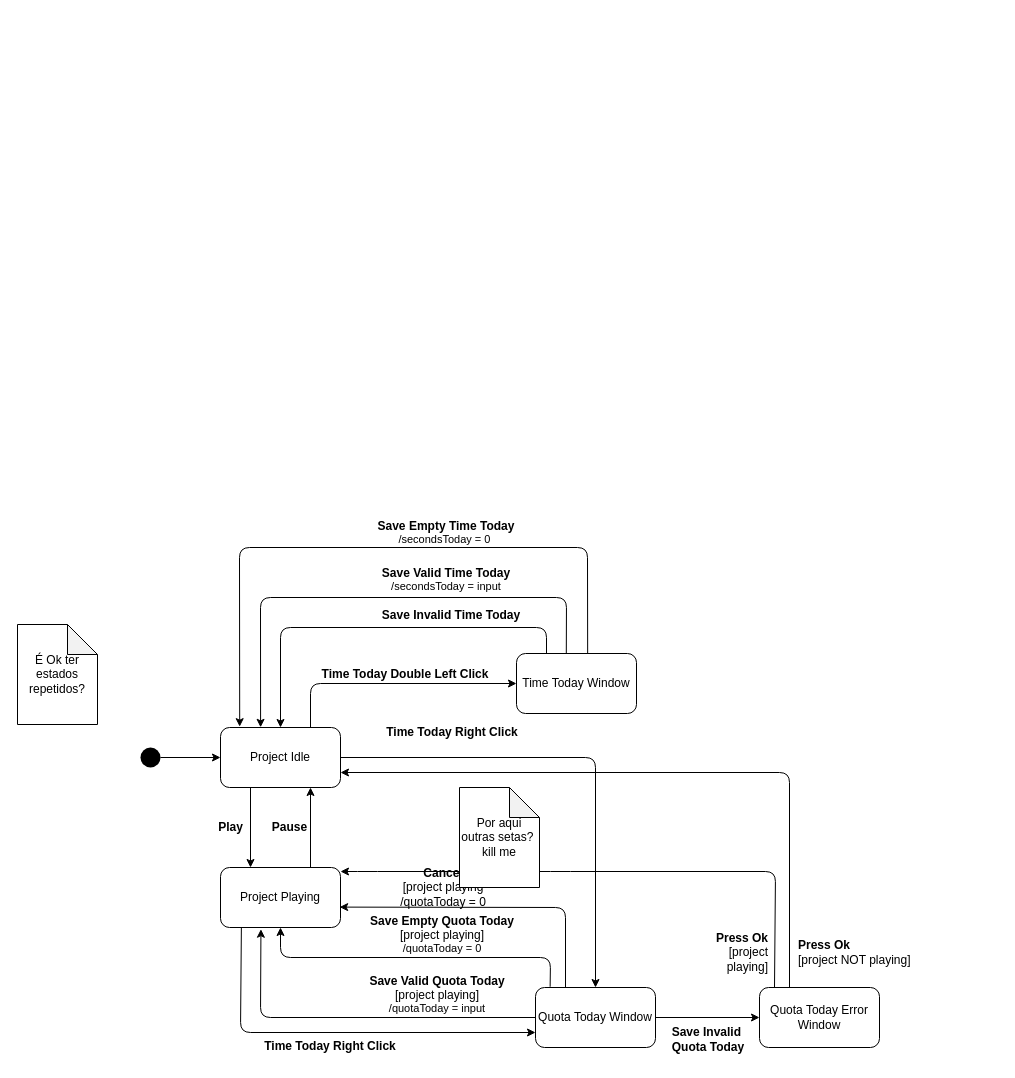
Above: docs/04_assignment/schema/02_edit_time_today/backup.drawio in Jumaruba/jtimesched (draw.io), before the change. Source tidied: cells renumbered, new cells numbered last; positions are measured from the earlier drawing's top-left corner, leaving out a move shared by most shapes. Both pictures are drawn from the tidied source at 100%, with x=0, y=0 at pixel (17, 517).
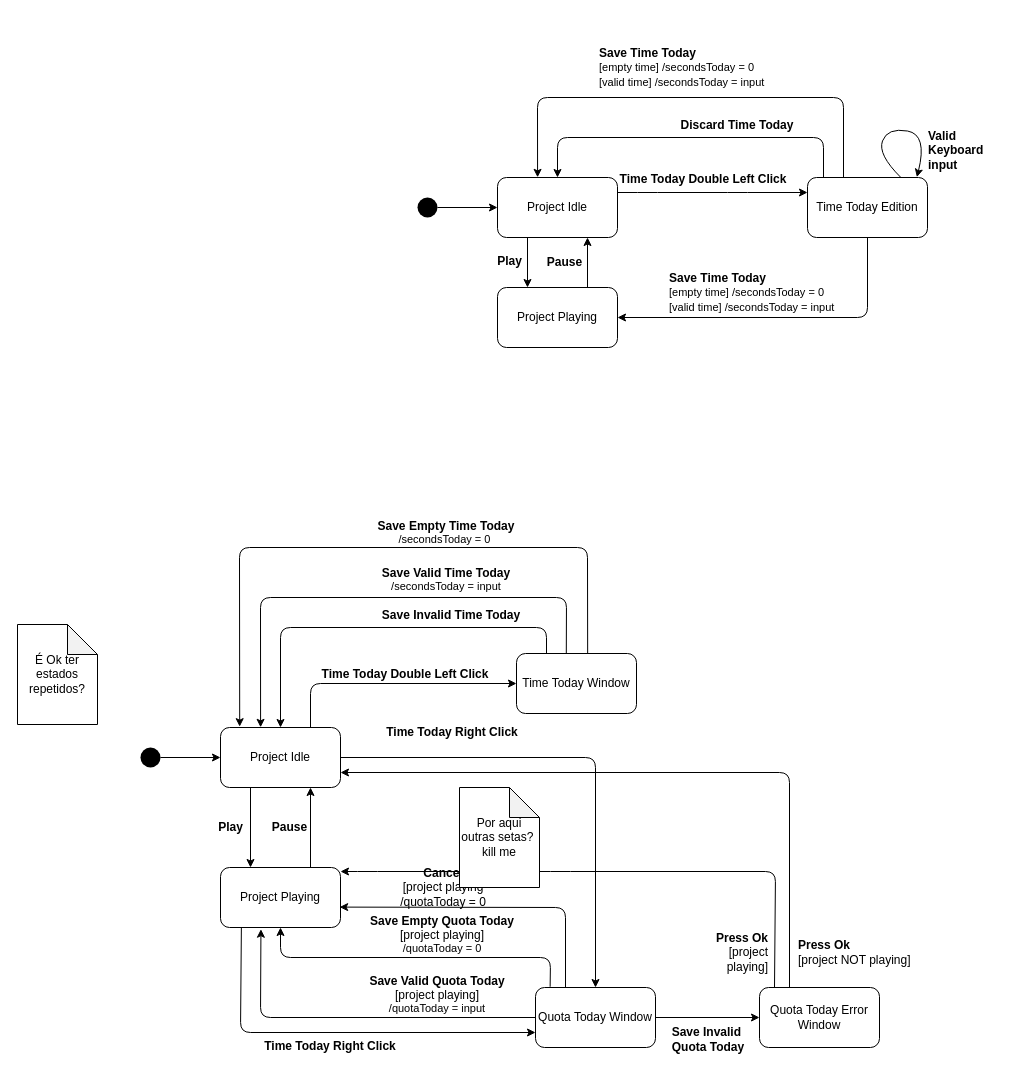
Above is the later version.

The edit, as a diff of the source:
```diff
@@
+    <mxCell id="40" style="rounded=0;whiteSpace=wrap;html=1;fillColor=#FFFFFF;strokeColor=none;strokeWidth=0;" parent="1" vertex="1">
+      <mxGeometry x="380" y="-485" width="600" height="335" as="geometry" />
+    </mxCell>
+    <mxCell id="41" value="Project Idle" style="rounded=1;whiteSpace=wrap;html=1;fontColor=#000000;fillColor=none;strokeColor=#000000;" parent="1" vertex="1">
+      <mxGeometry x="480" y="-340" width="120" height="60" as="geometry" />
+    </mxCell>
+    <mxCell id="42" style="ellipse;fillColor=#000000;strokeColor=none;" parent="1" vertex="1">
+      <mxGeometry x="400" y="-320" width="20" height="20" as="geometry" />
+    </mxCell>
+    <mxCell id="43" style="edgeStyle=none;html=1;fontSize=12;startArrow=none;strokeColor=#000000;" parent="1" edge="1" source="42" target="41">
+      <mxGeometry relative="1" as="geometry" />
+    </mxCell>
+    <mxCell id="44" value="&lt;b&gt;Time Today Double Left Click&lt;/b&gt;" style="text;html=1;strokeColor=none;fillColor=none;align=center;verticalAlign=middle;whiteSpace=wrap;rounded=0;fontColor=#000000;" parent="1" vertex="1">
+      <mxGeometry x="595" y="-353" width="182" height="30" as="geometry" />
+    </mxCell>
+    <mxCell id="45" style="edgeStyle=none;html=1;exitX=0.5;exitY=1;exitDx=0;exitDy=0;entryX=1;entryY=0.5;entryDx=0;entryDy=0;strokeColor=#000000;" parent="1" edge="1" source="46" target="54">
+      <mxGeometry relative="1" as="geometry">
+        <Array as="points">
+          <mxPoint x="850" y="-200" />
+        </Array>
+      </mxGeometry>
+    </mxCell>
+    <mxCell id="46" value="Time Today Edition" style="rounded=1;whiteSpace=wrap;html=1;fontColor=#000000;fillColor=none;strokeColor=#000000;" parent="1" vertex="1">
+      <mxGeometry x="790" y="-340" width="120" height="60" as="geometry" />
+    </mxCell>
+    <mxCell id="47" style="edgeStyle=none;html=1;entryX=0;entryY=0.25;entryDx=0;entryDy=0;exitX=1;exitY=0.25;exitDx=0;exitDy=0;strokeColor=#000000;" parent="1" edge="1" source="41" target="46">
+      <mxGeometry relative="1" as="geometry">
+        <Array as="points">
+          <mxPoint x="630" y="-325" />
+          <mxPoint x="720" y="-325" />
+        </Array>
+      </mxGeometry>
+    </mxCell>
+    <mxCell id="48" style="edgeStyle=none;html=1;entryX=0.5;entryY=0;entryDx=0;entryDy=0;fontSize=12;strokeColor=#000000;" parent="1" edge="1" target="41">
+      <mxGeometry relative="1" as="geometry">
+        <mxPoint x="806" y="-340" as="sourcePoint" />
+        <Array as="points">
+          <mxPoint x="806" y="-380" />
+          <mxPoint x="540" y="-380" />
+        </Array>
+      </mxGeometry>
+    </mxCell>
+    <mxCell id="49" style="edgeStyle=none;html=1;strokeColor=#000000;" parent="1" edge="1" source="50" target="52">
+      <mxGeometry relative="1" as="geometry" />
+    </mxCell>
+    <mxCell id="50" value="&lt;div&gt;&lt;b&gt;&lt;font style=&quot;font-size: 12px&quot;&gt;Discard Time Today&lt;/font&gt;&lt;/b&gt;&lt;/div&gt;&lt;span style=&quot;font-size: 11px&quot;&gt;&lt;br&gt;&lt;/span&gt;" style="text;html=1;strokeColor=none;fillColor=none;align=center;verticalAlign=middle;whiteSpace=wrap;rounded=0;fontColor=#000000;" parent="1" vertex="1">
+      <mxGeometry x="630" y="-400" width="180" height="30" as="geometry" />
+    </mxCell>
+    <mxCell id="51" style="edgeStyle=none;html=1;entryX=0.334;entryY=-0.003;entryDx=0;entryDy=0;fontSize=12;entryPerimeter=0;strokeColor=#000000;" parent="1" edge="1" target="41">
+      <mxGeometry relative="1" as="geometry">
+        <mxPoint x="826" y="-340" as="sourcePoint" />
+        <Array as="points">
+          <mxPoint x="826" y="-420" />
+          <mxPoint x="520" y="-420" />
+        </Array>
+      </mxGeometry>
+    </mxCell>
+    <mxCell id="52" value="&lt;div&gt;&lt;font&gt;&lt;b style=&quot;font-size: 12px&quot;&gt;Save Time Today&lt;/b&gt;&lt;br&gt;&lt;font style=&quot;font-size: 11px&quot;&gt;[empty time]&amp;nbsp;&lt;/font&gt;&lt;/font&gt;&lt;span style=&quot;font-size: 11px&quot;&gt;/secondsToday = 0&lt;/span&gt;&lt;/div&gt;&lt;div&gt;&lt;font style=&quot;font-size: 11px&quot;&gt;[valid time]&amp;nbsp;&lt;/font&gt;&lt;span style=&quot;font-size: 11px&quot;&gt;/secondsToday = input&lt;/span&gt;&lt;/div&gt;" style="text;html=1;strokeColor=none;fillColor=none;align=left;verticalAlign=middle;whiteSpace=wrap;rounded=0;fontColor=#000000;" parent="1" vertex="1">
+      <mxGeometry x="580" y="-500" width="210" height="100" as="geometry" />
+    </mxCell>
+    <mxCell id="53" style="edgeStyle=none;html=1;exitX=0.75;exitY=0;exitDx=0;exitDy=0;entryX=0.75;entryY=1;entryDx=0;entryDy=0;fontSize=12;strokeColor=#000000;" parent="1" edge="1" source="54">
+      <mxGeometry relative="1" as="geometry">
+        <mxPoint x="570" y="-280" as="targetPoint" />
+      </mxGeometry>
+    </mxCell>
+    <mxCell id="54" value="Project Playing" style="rounded=1;whiteSpace=wrap;html=1;fontSize=12;fontColor=#000000;fillColor=none;strokeColor=#000000;" parent="1" vertex="1">
+      <mxGeometry x="480" y="-230" width="120" height="60" as="geometry" />
+    </mxCell>
+    <mxCell id="55" style="edgeStyle=none;html=1;fontSize=12;entryX=0.25;entryY=0;entryDx=0;entryDy=0;exitX=0.25;exitY=1;exitDx=0;exitDy=0;strokeColor=#000000;" parent="1" edge="1" target="54">
+      <mxGeometry relative="1" as="geometry">
+        <mxPoint x="510" y="-280" as="sourcePoint" />
+      </mxGeometry>
+    </mxCell>
+    <mxCell id="56" value="&lt;b&gt;Play&lt;/b&gt;" style="text;html=1;align=center;verticalAlign=middle;strokeColor=none;fillColor=none;fontColor=#000000;" parent="1" vertex="1">
+      <mxGeometry x="472" y="-266" width="40" height="20" as="geometry" />
+    </mxCell>
+    <mxCell id="57" value="&lt;b&gt;Pause&lt;/b&gt;" style="text;html=1;align=center;verticalAlign=middle;strokeColor=none;fillColor=none;fontColor=#000000;" parent="1" vertex="1">
+      <mxGeometry x="522" y="-265" width="50" height="20" as="geometry" />
+    </mxCell>
+    <mxCell id="58" style="curved=1;endArrow=classic;html=1;exitX=0.042;exitY=0.051;exitDx=0;exitDy=0;entryX=0.924;entryY=-0.005;entryDx=0;entryDy=0;exitPerimeter=0;entryPerimeter=0;strokeColor=#000000;" parent="1" edge="1">
+      <mxGeometry relative="1" as="geometry">
+        <mxPoint x="883.4" y="-340" as="sourcePoint" />
+        <mxPoint x="899.4" y="-340.3" as="targetPoint" />
+        <Array as="points">
+          <mxPoint x="860" y="-363.1" />
+          <mxPoint x="870" y="-390" />
+          <mxPoint x="910" y="-383" />
+        </Array>
+      </mxGeometry>
+    </mxCell>
+    <mxCell id="59" value="&lt;b&gt;Valid &lt;br&gt;Keyboard &lt;br&gt;input&lt;/b&gt;&lt;br&gt;&lt;div&gt;&lt;br&gt;&lt;/div&gt;" style="text;html=1;align=left;verticalAlign=middle;strokeColor=none;fillColor=none;fontColor=#000000;" parent="1" vertex="1">
+      <mxGeometry x="908.5" y="-390" width="70" height="60" as="geometry" />
+    </mxCell>
+    <mxCell id="60" value="&lt;div&gt;&lt;font&gt;&lt;b style=&quot;font-size: 12px&quot;&gt;Save Time Today&lt;/b&gt;&lt;br&gt;&lt;font style=&quot;font-size: 11px&quot;&gt;[empty time]&amp;nbsp;&lt;/font&gt;&lt;/font&gt;&lt;span style=&quot;font-size: 11px&quot;&gt;/secondsToday = 0&lt;/span&gt;&lt;/div&gt;&lt;div&gt;&lt;font style=&quot;font-size: 11px&quot;&gt;[valid time]&amp;nbsp;&lt;/font&gt;&lt;span style=&quot;font-size: 11px&quot;&gt;/secondsToday = input&lt;/span&gt;&lt;/div&gt;" style="text;html=1;strokeColor=none;fillColor=none;align=left;verticalAlign=middle;whiteSpace=wrap;rounded=0;fontColor=#000000;" parent="1" vertex="1">
+      <mxGeometry x="650" y="-250" width="170" height="50" as="geometry" />
+    </mxCell>
```
